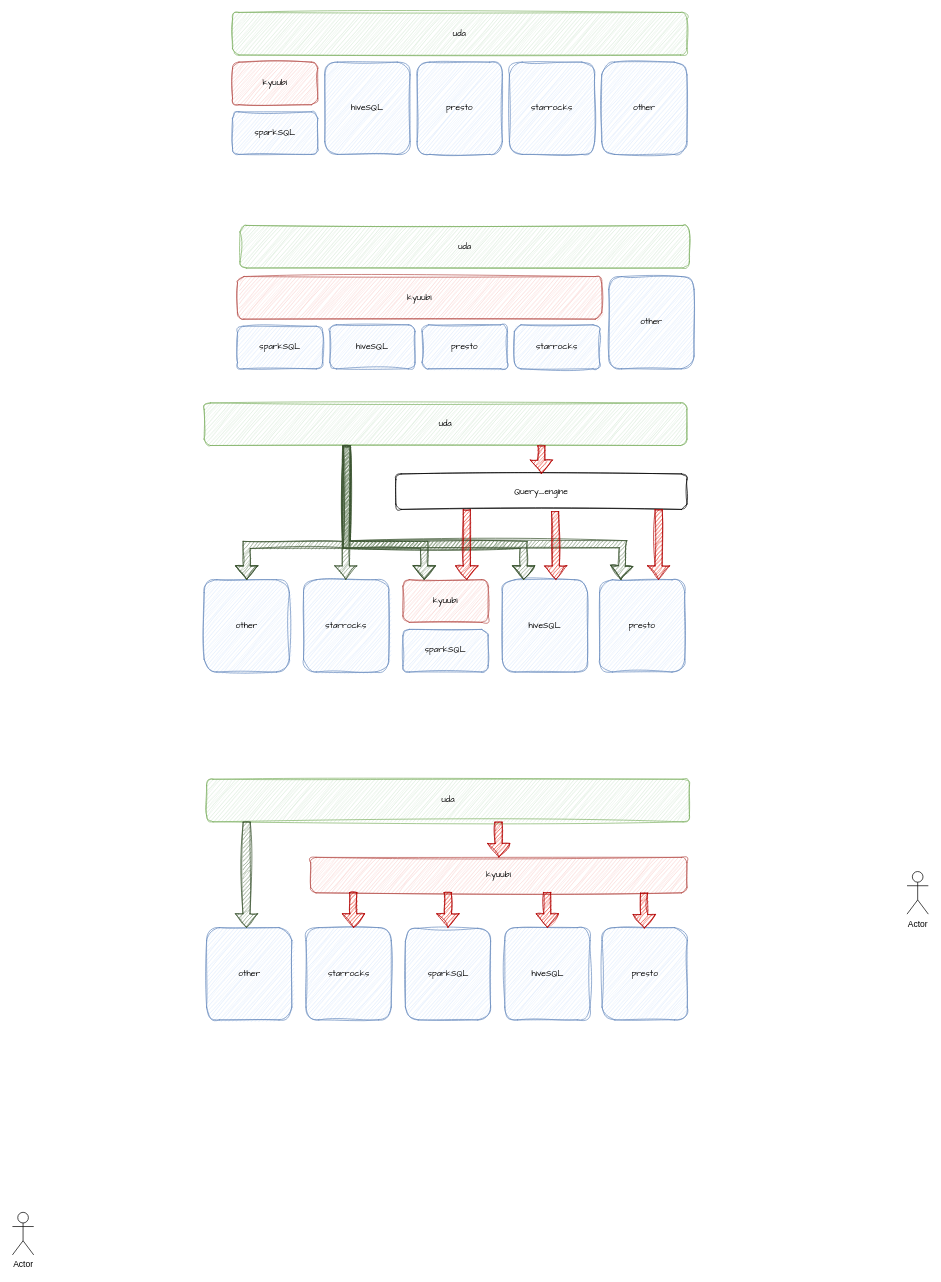
Before: Kyuubi相关架构.drawio in ic4y/diagrams, a draw.io diagram. Source tidied: cells renumbered, new cells numbered last; positions are measured from the earlier drawing's top-left corner, leaving out a move shared by most shapes. Both pictures are drawn from the tidied source at 71%, with x=0, y=0 at pixel (12, 12).
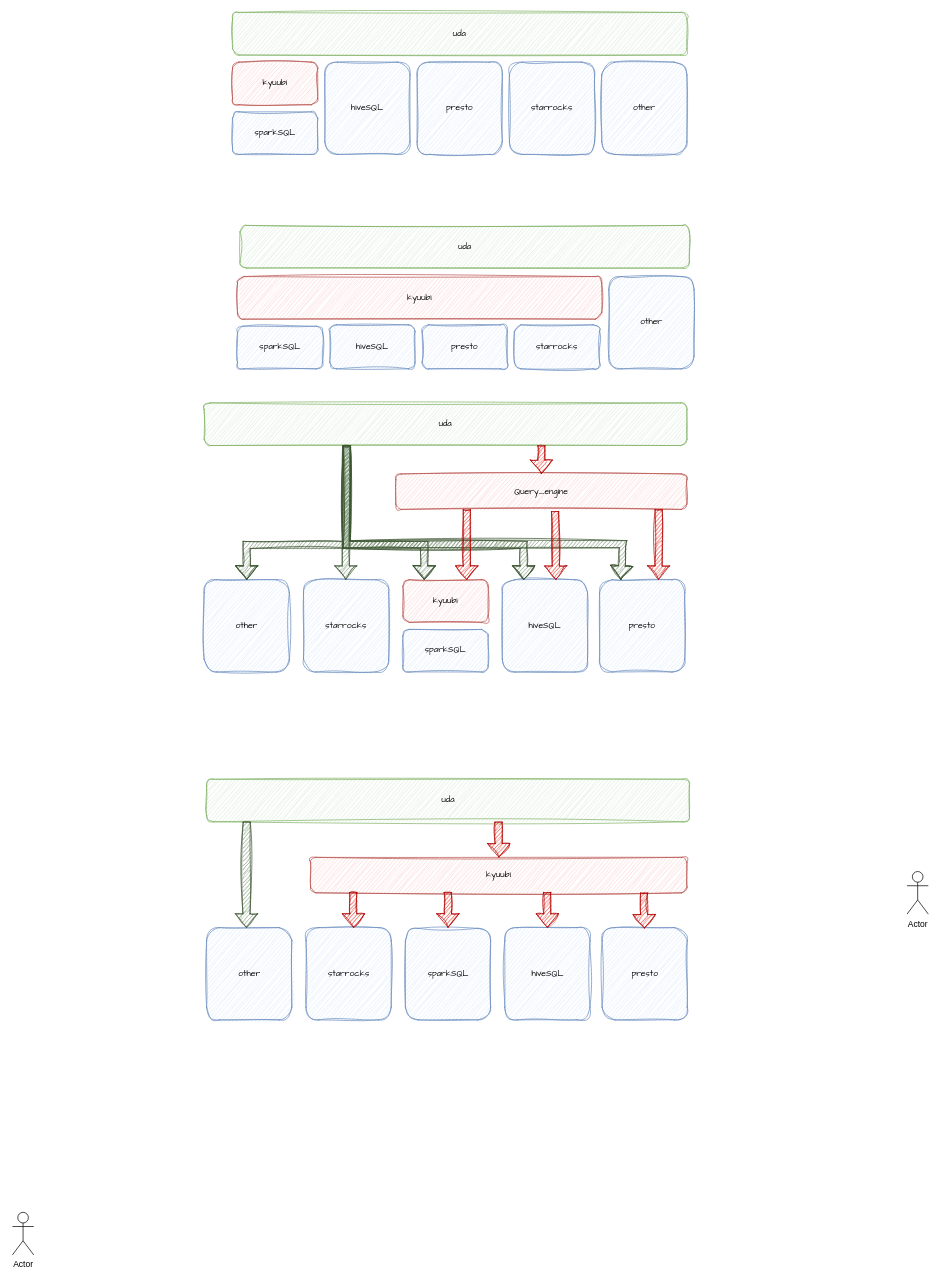
After the change.

Commit message (it also covers changes not shown here):
更新Kyuubi相关架构.drawio

What changed in the source:
```diff
@@
-    <mxCell id="23" value="&lt;font face=&quot;Comic Sans MS&quot;&gt;Query_engine&lt;/font&gt;" style="rounded=1;whiteSpace=wrap;html=1;sketch=1;curveFitting=1;jiggle=2;" parent="1" vertex="1">
+    <mxCell id="23" value="&lt;font face=&quot;Comic Sans MS&quot;&gt;Query_engine&lt;/font&gt;" style="rounded=1;whiteSpace=wrap;html=1;sketch=1;curveFitting=1;jiggle=2;fillColor=#f8cecc;strokeColor=#b85450;" parent="1" vertex="1">
       <mxGeometry x="540" y="650" width="410" height="50" as="geometry" />
     </mxCell>
```
